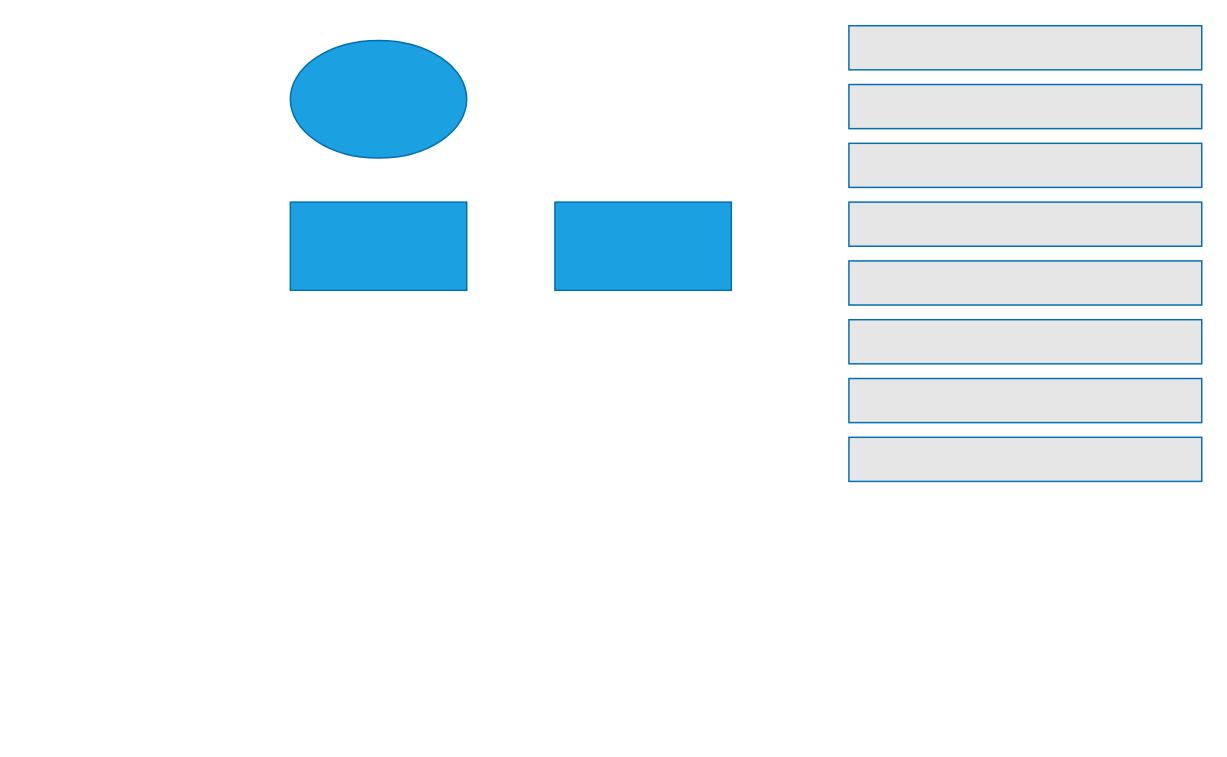
Before: Research Proposal/Research proposal.drawio in anishmahapatra/MSc-Data-Science, a draw.io diagram. Source tidied: cells renumbered, new cells numbered last; positions are measured from the earlier drawing's top-left corner, leaving out a move shared by most shapes. Both pictures are drawn from the tidied source at 147%, with x=0, y=0 at pixel (290, 25).
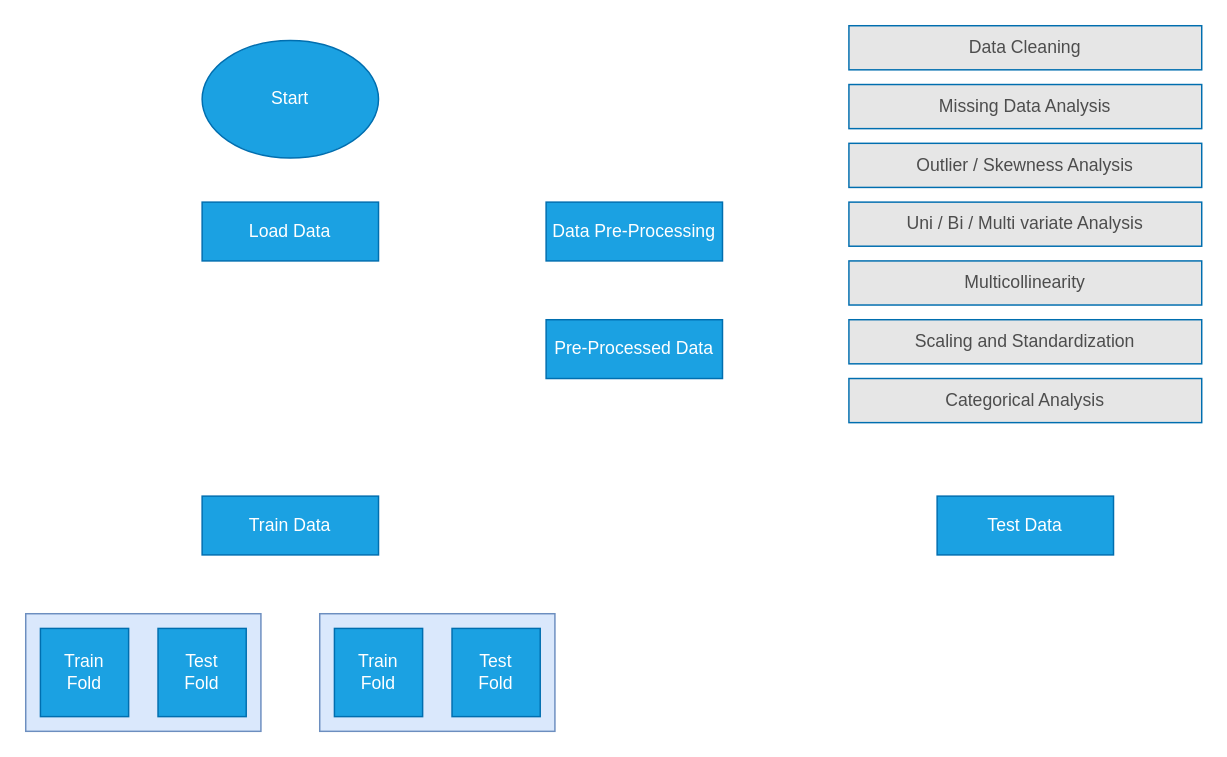
The same page after the edit.

Diff of the diagram source:
```diff
@@
-    <mxCell id="2" style="ellipse;whiteSpace=wrap;html=1;fillColor=#1ba1e2;strokeColor=#006EAF;fontColor=#ffffff;" parent="1" vertex="1">
-      <mxGeometry y="10" width="120" height="80" as="geometry" />
+    <mxCell id="2" value="Start" style="ellipse;whiteSpace=wrap;html=1;fillColor=#1ba1e2;strokeColor=#006EAF;fontColor=#ffffff;" parent="1" vertex="1">
+      <mxGeometry x="-60" y="10" width="120" height="80" as="geometry" />
     </mxCell>
-    <mxCell id="3" style="rounded=0;whiteSpace=wrap;html=1;fillColor=#1ba1e2;strokeColor=#006EAF;fontColor=#ffffff;" parent="1" vertex="1">
-      <mxGeometry y="120" width="120" height="60" as="geometry" />
+    <mxCell id="3" value="Load Data" style="rounded=0;whiteSpace=wrap;html=1;fillColor=#1ba1e2;strokeColor=#006EAF;fontColor=#ffffff;" parent="1" vertex="1">
+      <mxGeometry x="-60" y="120" width="120" height="40" as="geometry" />
     </mxCell>
-    <mxCell id="4" style="rounded=0;whiteSpace=wrap;html=1;fillColor=#1ba1e2;strokeColor=#006EAF;fontColor=#ffffff;" parent="1" vertex="1">
-      <mxGeometry x="180" y="120" width="120" height="60" as="geometry" />
+    <mxCell id="4" value="Data Pre-Processing" style="rounded=0;whiteSpace=wrap;html=1;fillColor=#1ba1e2;strokeColor=#006EAF;fontColor=#ffffff;" parent="1" vertex="1">
+      <mxGeometry x="174" y="120" width="120" height="40" as="geometry" />
     </mxCell>
-    <mxCell id="5" style="rounded=0;whiteSpace=wrap;html=1;strokeColor=#006EAF;fontColor=#ffffff;fillColor=#E6E6E6;" parent="1" vertex="1">
+    <mxCell id="5" value="&lt;font color=&quot;#4d4d4d&quot;&gt;Data Cleaning&lt;/font&gt;" style="rounded=0;whiteSpace=wrap;html=1;strokeColor=#006EAF;fontColor=#ffffff;fillColor=#E6E6E6;" parent="1" vertex="1">
       <mxGeometry x="380" width="240" height="30" as="geometry" />
     </mxCell>
-    <mxCell id="6" style="rounded=0;whiteSpace=wrap;html=1;strokeColor=#006EAF;fontColor=#ffffff;fillColor=#E6E6E6;" parent="1" vertex="1">
+    <mxCell id="6" value="Categorical Analysis" style="rounded=0;whiteSpace=wrap;html=1;strokeColor=#006EAF;fillColor=#E6E6E6;fontColor=#4D4D4D;" parent="1" vertex="1">
       <mxGeometry x="380" y="240" width="240" height="30" as="geometry" />
     </mxCell>
-    <mxCell id="7" style="rounded=0;whiteSpace=wrap;html=1;strokeColor=#006EAF;fontColor=#ffffff;fillColor=#E6E6E6;" parent="1" vertex="1">
+    <mxCell id="7" value="Scaling and Standardization" style="rounded=0;whiteSpace=wrap;html=1;strokeColor=#006EAF;fillColor=#E6E6E6;fontColor=#4D4D4D;" parent="1" vertex="1">
       <mxGeometry x="380" y="200" width="240" height="30" as="geometry" />
     </mxCell>
-    <mxCell id="8" style="rounded=0;whiteSpace=wrap;html=1;strokeColor=#006EAF;fontColor=#ffffff;fillColor=#E6E6E6;" parent="1" vertex="1">
+    <mxCell id="8" value="Missing Data Analysis" style="rounded=0;whiteSpace=wrap;html=1;strokeColor=#006EAF;fillColor=#E6E6E6;fontColor=#4D4D4D;" parent="1" vertex="1">
       <mxGeometry x="380" y="40" width="240" height="30" as="geometry" />
     </mxCell>
-    <mxCell id="9" style="rounded=0;whiteSpace=wrap;html=1;strokeColor=#006EAF;fontColor=#ffffff;fillColor=#E6E6E6;" parent="1" vertex="1">
+    <mxCell id="9" value="Outlier / Skewness Analysis" style="rounded=0;whiteSpace=wrap;html=1;strokeColor=#006EAF;fillColor=#E6E6E6;fontColor=#4D4D4D;" parent="1" vertex="1">
       <mxGeometry x="380" y="80" width="240" height="30" as="geometry" />
     </mxCell>
-    <mxCell id="10" style="rounded=0;whiteSpace=wrap;html=1;strokeColor=#006EAF;fontColor=#ffffff;fillColor=#E6E6E6;" parent="1" vertex="1">
+    <mxCell id="10" value="Uni / Bi / Multi variate Analysis" style="rounded=0;whiteSpace=wrap;html=1;strokeColor=#006EAF;fillColor=#E6E6E6;fontColor=#4D4D4D;" parent="1" vertex="1">
       <mxGeometry x="380" y="120" width="240" height="30" as="geometry" />
     </mxCell>
-    <mxCell id="11" style="rounded=0;whiteSpace=wrap;html=1;strokeColor=#006EAF;fontColor=#ffffff;fillColor=#E6E6E6;" parent="1" vertex="1">
+    <mxCell id="11" value="Multicollinearity" style="rounded=0;whiteSpace=wrap;html=1;strokeColor=#006EAF;fillColor=#E6E6E6;fontColor=#4D4D4D;" parent="1" vertex="1">
       <mxGeometry x="380" y="160" width="240" height="30" as="geometry" />
     </mxCell>
-    <mxCell id="12" style="rounded=0;whiteSpace=wrap;html=1;strokeColor=#006EAF;fontColor=#ffffff;fillColor=#E6E6E6;" parent="1" vertex="1">
-      <mxGeometry x="380" y="280" width="240" height="30" as="geometry" />
-    </mxCell>
+    <mxCell id="13" value="Pre-Processed Data" style="rounded=0;whiteSpace=wrap;html=1;fillColor=#1ba1e2;strokeColor=#006EAF;fontColor=#ffffff;" parent="1" vertex="1">
+      <mxGeometry x="174" y="200" width="120" height="40" as="geometry" />
+    </mxCell>
+    <mxCell id="14" value="Train Data" style="rounded=0;whiteSpace=wrap;html=1;fillColor=#1ba1e2;strokeColor=#006EAF;fontColor=#ffffff;" parent="1" vertex="1">
+      <mxGeometry x="-60" y="320" width="120" height="40" as="geometry" />
+    </mxCell>
+    <mxCell id="15" value="Test Data" style="rounded=0;whiteSpace=wrap;html=1;fillColor=#1ba1e2;strokeColor=#006EAF;fontColor=#ffffff;" parent="1" vertex="1">
+      <mxGeometry x="440" y="320" width="120" height="40" as="geometry" />
+    </mxCell>
+    <mxCell id="16" style="rounded=0;whiteSpace=wrap;html=1;fillColor=#dae8fc;strokeColor=#6c8ebf;" parent="1" vertex="1">
+      <mxGeometry x="-180" y="400" width="160" height="80" as="geometry" />
+    </mxCell>
+    <mxCell id="17" value="Train&lt;br&gt;Fold" style="rounded=0;whiteSpace=wrap;html=1;fillColor=#1ba1e2;strokeColor=#006EAF;fontColor=#ffffff;" parent="1" vertex="1">
+      <mxGeometry x="-170" y="410" width="60" height="60" as="geometry" />
+    </mxCell>
+    <mxCell id="18" value="Test&lt;br&gt;Fold" style="rounded=0;whiteSpace=wrap;html=1;fillColor=#1ba1e2;strokeColor=#006EAF;fontColor=#ffffff;" parent="1" vertex="1">
+      <mxGeometry x="-90" y="410" width="60" height="60" as="geometry" />
+    </mxCell>
+    <mxCell id="19" style="rounded=0;whiteSpace=wrap;html=1;fillColor=#dae8fc;strokeColor=#6c8ebf;" parent="1" vertex="1">
+      <mxGeometry x="20" y="400" width="160" height="80" as="geometry" />
+    </mxCell>
+    <mxCell id="20" value="Train&lt;br&gt;Fold" style="rounded=0;whiteSpace=wrap;html=1;fillColor=#1ba1e2;strokeColor=#006EAF;fontColor=#ffffff;" parent="1" vertex="1">
+      <mxGeometry x="30" y="410" width="60" height="60" as="geometry" />
+    </mxCell>
+    <mxCell id="21" value="Test&lt;br&gt;Fold" style="rounded=0;whiteSpace=wrap;html=1;fillColor=#1ba1e2;strokeColor=#006EAF;fontColor=#ffffff;" parent="1" vertex="1">
+      <mxGeometry x="110" y="410" width="60" height="60" as="geometry" />
+    </mxCell>
```
